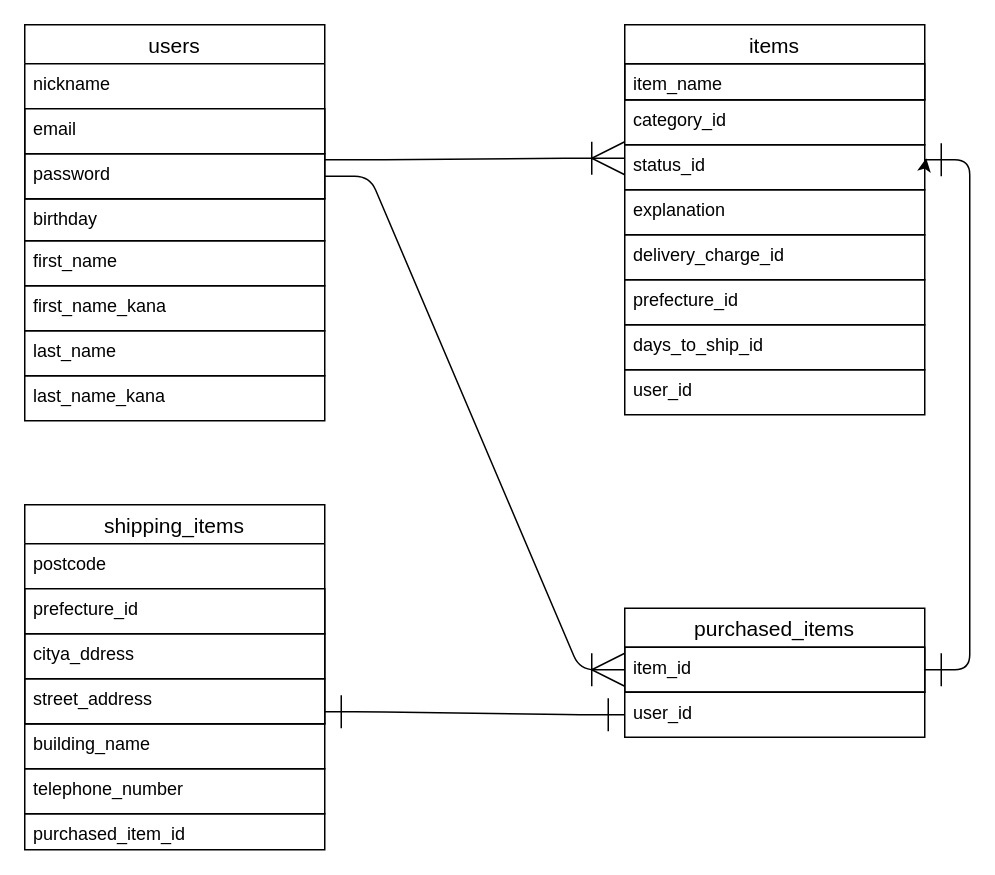
Before: furima-39363.dio in Gitoru980299/furima-39363, a draw.io diagram. Source tidied: cells renumbered, new cells numbered last; positions are measured from the earlier drawing's top-left corner, leaving out a move shared by most shapes. Both pictures are drawn from the tidied source at 150%, with x=0, y=0 at pixel (24, 24).
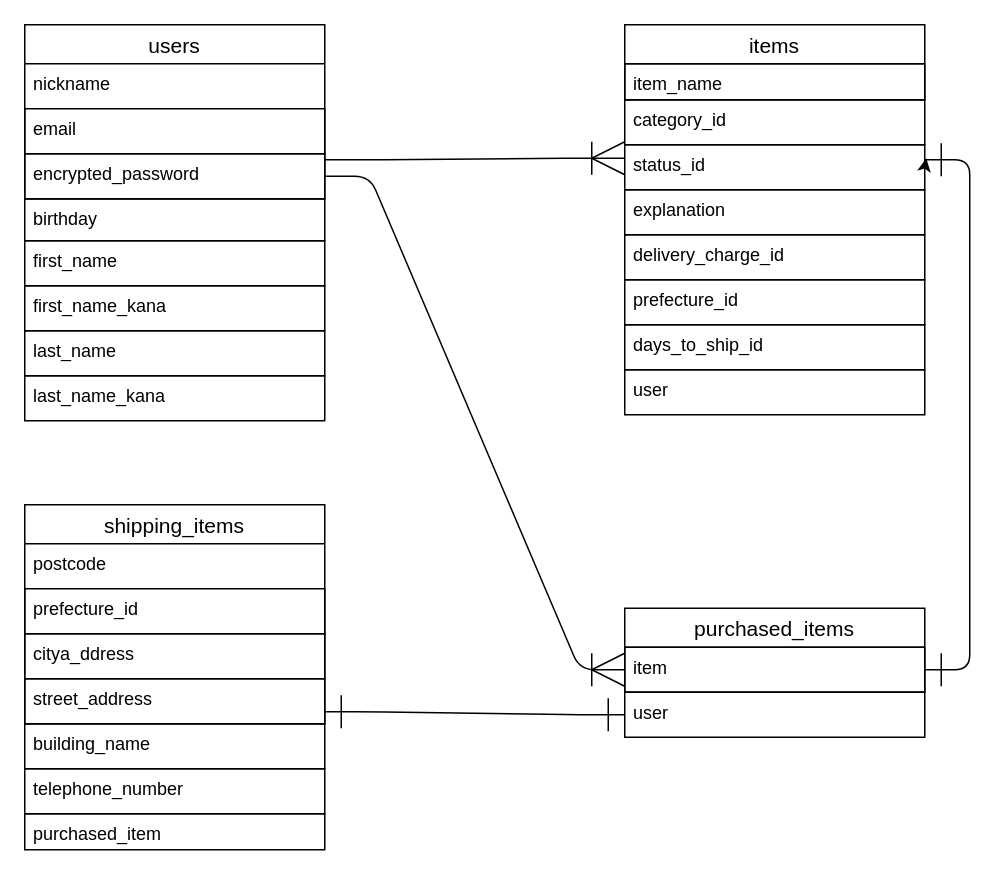
The same page after the edit.

The change refers to these unchanged cells:
```xml
<mxCell id="11" value="purchased_items" style="swimlane;fontStyle=0;horizontal=1;startSize=26;align=center;fontSize=14;strokeColor=default;" parent="1" vertex="1">
  <mxGeometry x="400" y="389" width="200" height="56" as="geometry" />
</mxCell>
<mxCell id="20" value="users" style="swimlane;fontStyle=0;horizontal=1;startSize=26;align=center;fontSize=14;strokeColor=default;" parent="1" vertex="1">
  <mxGeometry width="200" height="116" as="geometry" />
</mxCell>
```

What changed in the source:
```diff
@@
-    <mxCell id="12" value="item_id" style="text;strokeColor=default;fillColor=none;spacingLeft=4;spacingRight=4;overflow=hidden;points=[[0,0.5],[1,0.5]];portConstraint=eastwest;fontSize=12;" parent="11" vertex="1">
+    <mxCell id="12" value="item" style="text;strokeColor=default;fillColor=none;spacingLeft=4;spacingRight=4;overflow=hidden;points=[[0,0.5],[1,0.5]];portConstraint=eastwest;fontSize=12;" parent="11" vertex="1">
       <mxGeometry y="26" width="200" height="30" as="geometry" />
     </mxCell>
@@
-    <mxCell id="23" value="password" style="text;strokeColor=default;fillColor=none;spacingLeft=4;spacingRight=4;overflow=hidden;points=[[0,0.5],[1,0.5]];portConstraint=eastwest;fontSize=12;" parent="20" vertex="1">
+    <mxCell id="23" value="encrypted_password" style="text;strokeColor=default;fillColor=none;spacingLeft=4;spacingRight=4;overflow=hidden;points=[[0,0.5],[1,0.5]];portConstraint=eastwest;fontSize=12;" parent="20" vertex="1">
       <mxGeometry y="86" width="200" height="30" as="geometry" />
     </mxCell>
@@
-    <mxCell id="27" value="purchased_item_id" style="text;strokeColor=default;fillColor=none;spacingLeft=4;spacingRight=4;overflow=hidden;fontSize=12;" parent="1" vertex="1">
+    <mxCell id="27" value="purchased_item" style="text;strokeColor=default;fillColor=none;spacingLeft=4;spacingRight=4;overflow=hidden;fontSize=12;" parent="1" vertex="1">
       <mxGeometry y="526" width="200" height="24" as="geometry" />
     </mxCell>
-    <mxCell id="28" value="user_id" style="text;strokeColor=default;fillColor=none;spacingLeft=4;spacingRight=4;overflow=hidden;fontSize=12;" parent="1" vertex="1">
+    <mxCell id="28" value="user" style="text;strokeColor=default;fillColor=none;spacingLeft=4;spacingRight=4;overflow=hidden;fontSize=12;" parent="1" vertex="1">
       <mxGeometry x="400" y="230" width="200" height="30" as="geometry" />
     </mxCell>
-    <mxCell id="29" value="user_id" style="text;strokeColor=default;fillColor=none;spacingLeft=4;spacingRight=4;overflow=hidden;fontSize=12;" parent="1" vertex="1">
+    <mxCell id="29" value="user" style="text;strokeColor=default;fillColor=none;spacingLeft=4;spacingRight=4;overflow=hidden;fontSize=12;" parent="1" vertex="1">
       <mxGeometry x="400" y="445" width="200" height="30" as="geometry" />
     </mxCell>
```
